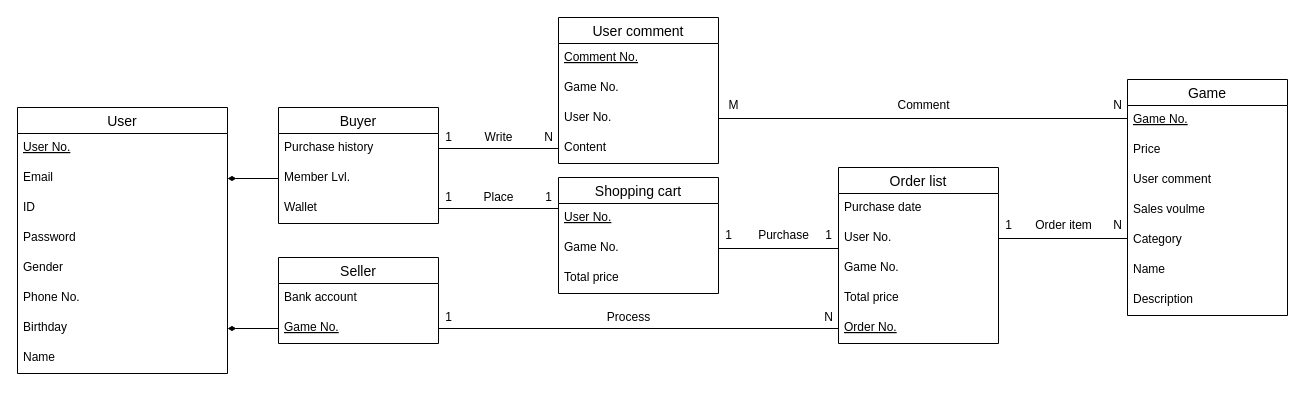
Before: page "Database Schema" (3 of 3) of DBMS.drawio in 13urgerKing/109-1DBMS, a draw.io diagram. Source tidied: cells renumbered, new cells numbered last; positions are measured from the earlier drawing's top-left corner, leaving out a move shared by most shapes. Both pictures are drawn from the tidied source at 100%, with x=0, y=0 at pixel (17, 17).
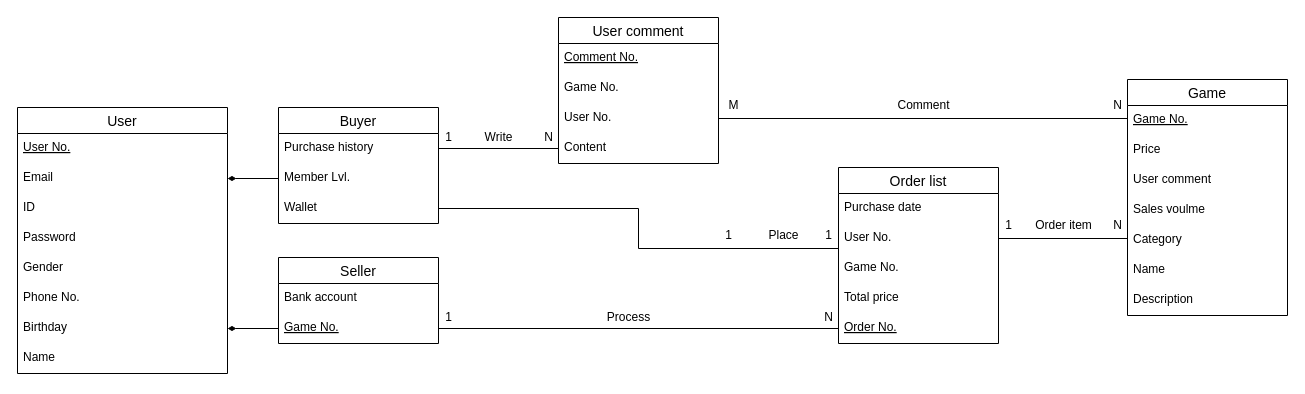
Above is the later version.

Commit message (it also covers changes not shown here):
Remove entity of `Shopping Cart`.

The change refers to these unchanged cells:
```xml
<mxCell id="14" value="Wallet" style="text;strokeColor=none;fillColor=none;spacingLeft=4;spacingRight=4;overflow=hidden;points=[[0,0.5],[1,0.5]];portConstraint=eastwest;fontSize=12;" parent="11" vertex="1">
  <mxGeometry y="86" width="160" height="30" as="geometry" />
</mxCell>
<mxCell id="21" value="User No." style="text;strokeColor=none;fillColor=none;spacingLeft=4;spacingRight=4;overflow=hidden;points=[[0,0.5],[1,0.5]];portConstraint=eastwest;fontSize=12;" parent="19" vertex="1">
  <mxGeometry y="56" width="160" height="30" as="geometry" />
</mxCell>
```

Diff of the diagram source:
```diff
@@
-    <mxCell id="15" value="Shopping cart" style="swimlane;fontStyle=0;horizontal=1;startSize=26;align=center;fontSize=14;" parent="1" vertex="1">
-      <mxGeometry x="541" y="160" width="160" height="116" as="geometry" />
-    </mxCell>
-    <mxCell id="16" value="User No." style="text;strokeColor=none;fillColor=none;spacingLeft=4;spacingRight=4;overflow=hidden;points=[[0,0.5],[1,0.5]];portConstraint=eastwest;fontSize=12;fontStyle=4;" parent="15" vertex="1">
-      <mxGeometry y="26" width="160" height="30" as="geometry" />
-    </mxCell>
-    <mxCell id="17" value="Game No." style="text;strokeColor=none;fillColor=none;spacingLeft=4;spacingRight=4;overflow=hidden;points=[[0,0.5],[1,0.5]];portConstraint=eastwest;fontSize=12;fontStyle=0;" parent="15" vertex="1">
-      <mxGeometry y="56" width="160" height="30" as="geometry" />
-    </mxCell>
-    <mxCell id="18" value="Total price" style="text;strokeColor=none;fillColor=none;spacingLeft=4;spacingRight=4;overflow=hidden;fontSize=12;" parent="15" vertex="1">
-      <mxGeometry y="86" width="160" height="30" as="geometry" />
-    </mxCell>
@@
-    <mxCell id="43" style="edgeStyle=none;rounded=0;jettySize=auto;html=1;exitX=1;exitY=0.5;exitDx=0;exitDy=0;entryX=0;entryY=0.5;entryDx=0;entryDy=0;startArrow=none;startFill=0;endArrow=none;endFill=0;" parent="1" edge="1" source="14" target="16">
-      <mxGeometry relative="1" as="geometry">
-        <Array as="points">
-          <mxPoint x="541" y="191" />
-        </Array>
-      </mxGeometry>
-    </mxCell>
@@
-    <mxCell id="46" value="Place" style="text;html=1;align=center;verticalAlign=middle;" parent="1" vertex="1">
-      <mxGeometry x="456" y="170" width="50" height="20" as="geometry" />
-    </mxCell>
@@
-    <mxCell id="48" value="Purchase" style="text;html=1;align=center;verticalAlign=middle;" parent="1" vertex="1">
-      <mxGeometry x="731" y="208" width="70" height="20" as="geometry" />
+    <mxCell id="48" value="Place" style="text;html=1;align=center;verticalAlign=middle;" parent="1" vertex="1">
+      <mxGeometry x="741" y="208" width="50" height="20" as="geometry" />
     </mxCell>
@@
-    <mxCell id="53" value="1" style="text;html=1;align=center;verticalAlign=middle;" parent="1" vertex="1">
-      <mxGeometry x="421" y="170" width="20" height="20" as="geometry" />
-    </mxCell>
-    <mxCell id="54" value="1" style="text;html=1;align=center;verticalAlign=middle;" parent="1" vertex="1">
-      <mxGeometry x="521" y="170" width="20" height="20" as="geometry" />
-    </mxCell>
@@
-    <mxCell id="60" style="edgeStyle=none;rounded=0;jettySize=auto;html=1;exitX=1;exitY=0.5;exitDx=0;exitDy=0;entryX=0;entryY=0.5;entryDx=0;entryDy=0;startArrow=none;startFill=0;endArrow=none;endFill=0;" parent="1" edge="1" source="17" target="21">
+    <mxCell id="60" style="edgeStyle=none;rounded=0;jettySize=auto;html=1;entryX=0;entryY=0.5;entryDx=0;entryDy=0;startArrow=none;startFill=0;endArrow=none;endFill=0;exitX=1;exitY=0.5;exitDx=0;exitDy=0;" parent="1" edge="1" source="14" target="21">
       <mxGeometry relative="1" as="geometry">
         <Array as="points">
+          <mxPoint x="621" y="191" />
+          <mxPoint x="621" y="231" />
           <mxPoint x="821" y="231" />
         </Array>
       </mxGeometry>
     </mxCell>
```
